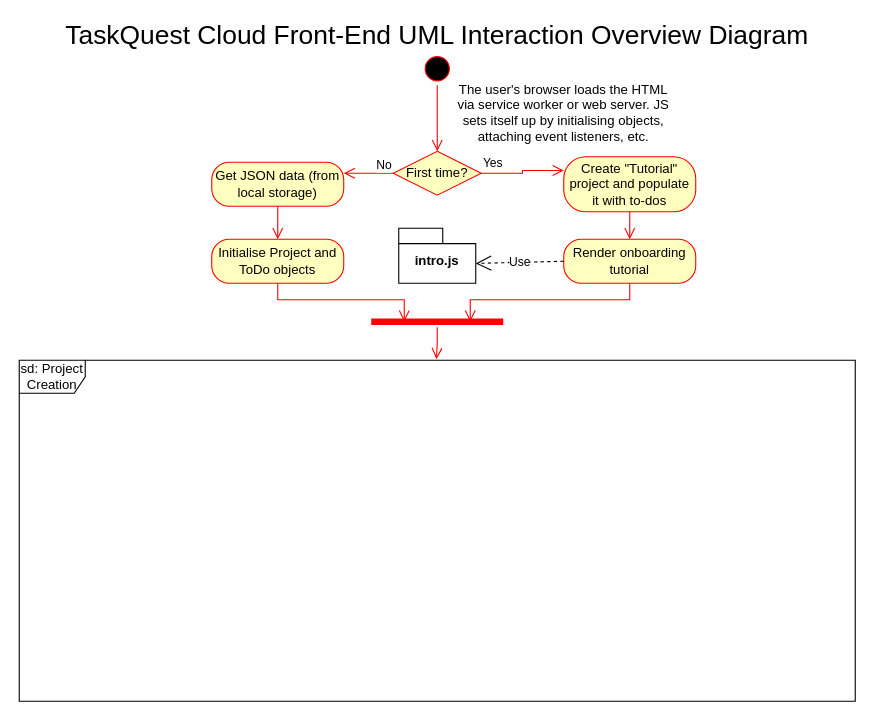
This is TaskQuest-Cloud-UML-Interaction-Overview-Diagram.drawio from Ariel-Mutebi/Denarius, a draw.io file, before an edit. Source tidied: cells renumbered, new cells numbered last; positions are measured from the earlier drawing's top-left corner, leaving out a move shared by most shapes. Both pictures are drawn from the tidied source at 110%, with x=0, y=0 at pixel (19, 19).
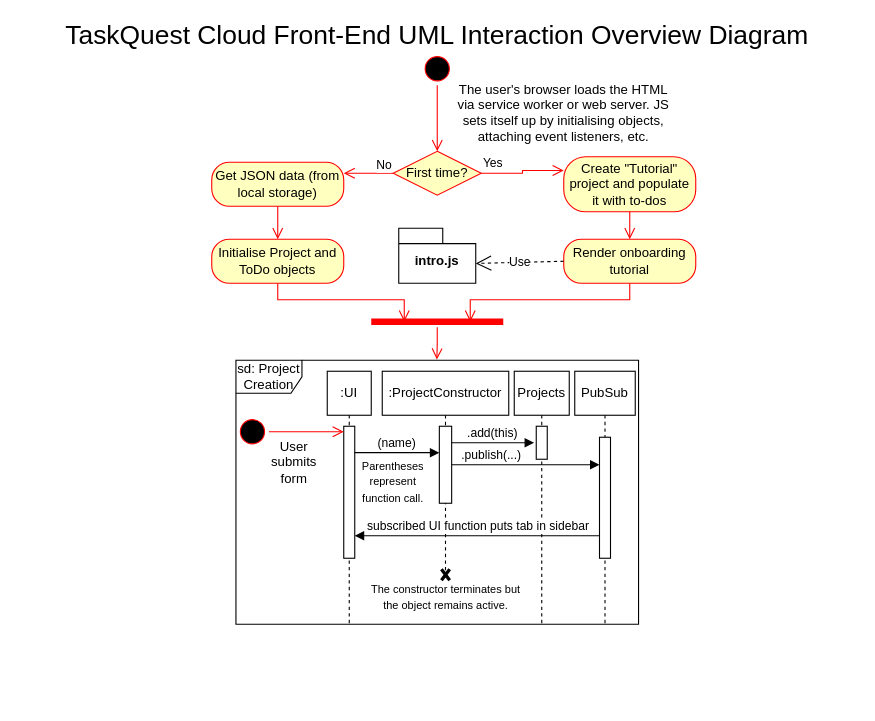
The same diagram, later.

Commit message (it also covers changes not shown here):
added to interaction overview: project creation sequence diagram

What changed in the source:
```diff
@@
     <mxCell id="21" value="sd: Project Creation" style="shape=umlFrame;whiteSpace=wrap;html=1;" parent="1" vertex="1">
-      <mxGeometry y="310" width="760" height="310" as="geometry" />
+      <mxGeometry x="197" y="310" width="366" height="240" as="geometry" />
     </mxCell>
+    <mxCell id="22" value=":UI" style="shape=umlLifeline;perimeter=lifelinePerimeter;whiteSpace=wrap;html=1;newEdgeStyle={&quot;curved&quot;:0,&quot;rounded&quot;:0};" parent="1" vertex="1">
+      <mxGeometry x="280" y="320" width="40" height="230" as="geometry" />
+    </mxCell>
+    <mxCell id="23" style="html=1;points=[[0,0,0,0,5],[0,1,0,0,-5],[1,0,0,0,5],[1,1,0,0,-5]];perimeter=orthogonalPerimeter;outlineConnect=0;targetShapes=umlLifeline;portConstraint=eastwest;newEdgeStyle={&quot;curved&quot;:0,&quot;rounded&quot;:0};" parent="22" vertex="1">
+      <mxGeometry x="15" y="50" width="10" height="120" as="geometry" />
+    </mxCell>
+    <mxCell id="24" value="(name)" style="html=1;verticalAlign=bottom;endArrow=block;curved=0;rounded=0;" parent="1" edge="1">
+      <mxGeometry relative="1" as="geometry">
+        <mxPoint x="305" y="394" as="sourcePoint" />
+        <mxPoint x="381.9" y="394" as="targetPoint" />
+      </mxGeometry>
+    </mxCell>
+    <mxCell id="25" value=":ProjectConstructor" style="shape=umlLifeline;perimeter=lifelinePerimeter;whiteSpace=wrap;html=1;newEdgeStyle={&quot;curved&quot;:0,&quot;rounded&quot;:0};" parent="1" vertex="1">
+      <mxGeometry x="330" y="320" width="115" height="190" as="geometry" />
+    </mxCell>
+    <mxCell id="26" style="html=1;points=[[0,0,0,0,5],[0,1,0,0,-5],[1,0,0,0,5],[1,1,0,0,-5]];perimeter=orthogonalPerimeter;outlineConnect=0;targetShapes=umlLifeline;portConstraint=eastwest;newEdgeStyle={&quot;curved&quot;:0,&quot;rounded&quot;:0};" parent="25" vertex="1">
+      <mxGeometry x="51.9" y="50" width="11.2" height="70" as="geometry" />
+    </mxCell>
+    <mxCell id="27" style="shape=umlDestroy;whiteSpace=wrap;html=1;strokeWidth=3;targetShapes=umlLifeline;" parent="25" vertex="1">
+      <mxGeometry x="53.8" y="180" width="7.5" height="10" as="geometry" />
+    </mxCell>
+    <mxCell id="28" style="ellipse;html=1;shape=startState;fillColor=#000000;strokeColor=#ff0000;" parent="1" vertex="1">
+      <mxGeometry x="197" y="360" width="30" height="30" as="geometry" />
+    </mxCell>
+    <mxCell id="29" style="edgeStyle=orthogonalEdgeStyle;html=1;verticalAlign=bottom;endArrow=open;endSize=8;strokeColor=#ff0000;rounded=0;entryX=0;entryY=0;entryDx=0;entryDy=5;entryPerimeter=0;" parent="1" edge="1" source="28" target="23">
+      <mxGeometry relative="1" as="geometry" />
+    </mxCell>
+    <mxCell id="30" value="User submits form" style="text;html=1;align=center;verticalAlign=middle;whiteSpace=wrap;rounded=0;" parent="1" vertex="1">
+      <mxGeometry x="220" y="380" width="60" height="45" as="geometry" />
+    </mxCell>
+    <mxCell id="31" value="Projects" style="shape=umlLifeline;perimeter=lifelinePerimeter;whiteSpace=wrap;html=1;newEdgeStyle={&quot;curved&quot;:0,&quot;rounded&quot;:0};" parent="1" vertex="1">
+      <mxGeometry x="450" y="320" width="50" height="230" as="geometry" />
+    </mxCell>
+    <mxCell id="32" style="html=1;points=[[0,0,0,0,5],[0,1,0,0,-5],[1,0,0,0,5],[1,1,0,0,-5]];perimeter=orthogonalPerimeter;outlineConnect=0;targetShapes=umlLifeline;portConstraint=eastwest;newEdgeStyle={&quot;curved&quot;:0,&quot;rounded&quot;:0};" parent="31" vertex="1">
+      <mxGeometry x="20" y="50" width="10" height="30" as="geometry" />
+    </mxCell>
+    <mxCell id="33" value=".add(this)" style="html=1;verticalAlign=bottom;endArrow=block;curved=0;rounded=0;entryX=-0.2;entryY=0.5;entryDx=0;entryDy=0;entryPerimeter=0;" parent="1" edge="1" source="26" target="32">
+      <mxGeometry relative="1" as="geometry" />
+    </mxCell>
+    <mxCell id="34" value="PubSub" style="shape=umlLifeline;perimeter=lifelinePerimeter;whiteSpace=wrap;html=1;newEdgeStyle={&quot;curved&quot;:0,&quot;rounded&quot;:0};" parent="1" vertex="1">
+      <mxGeometry x="505" y="320" width="55" height="230" as="geometry" />
+    </mxCell>
+    <mxCell id="35" style="html=1;points=[[0,0,0,0,5],[0,1,0,0,-5],[1,0,0,0,5],[1,1,0,0,-5]];perimeter=orthogonalPerimeter;outlineConnect=0;targetShapes=umlLifeline;portConstraint=eastwest;newEdgeStyle={&quot;curved&quot;:0,&quot;rounded&quot;:0};" parent="34" vertex="1">
+      <mxGeometry x="22.5" y="60" width="10" height="110" as="geometry" />
+    </mxCell>
+    <mxCell id="36" value=".publish(...)" style="html=1;verticalAlign=bottom;endArrow=block;curved=0;rounded=0;" parent="1" edge="1" source="26" target="35">
+      <mxGeometry x="-0.46" relative="1" as="geometry" />
+    </mxCell>
+    <mxCell id="37" value="&lt;font style=&quot;font-size: 10px;&quot;&gt;Parentheses represent function call.&lt;/font&gt;" style="text;html=1;align=center;verticalAlign=middle;whiteSpace=wrap;rounded=0;" parent="1" vertex="1">
+      <mxGeometry x="310" y="400" width="60" height="40" as="geometry" />
+    </mxCell>
+    <mxCell id="38" value="subscribed UI function puts tab in sidebar" style="html=1;verticalAlign=bottom;endArrow=block;curved=0;rounded=0;" parent="1" edge="1" source="35">
+      <mxGeometry relative="1" as="geometry">
+        <mxPoint x="305" y="469.5" as="targetPoint" />
+      </mxGeometry>
+    </mxCell>
+    <mxCell id="39" value="&lt;font style=&quot;font-size: 10px;&quot;&gt;The constructor terminates but the object remains active.&lt;/font&gt;" style="text;html=1;align=center;verticalAlign=middle;whiteSpace=wrap;rounded=0;" parent="1" vertex="1">
+      <mxGeometry x="317.5" y="510" width="140" height="30" as="geometry" />
+    </mxCell>
```
